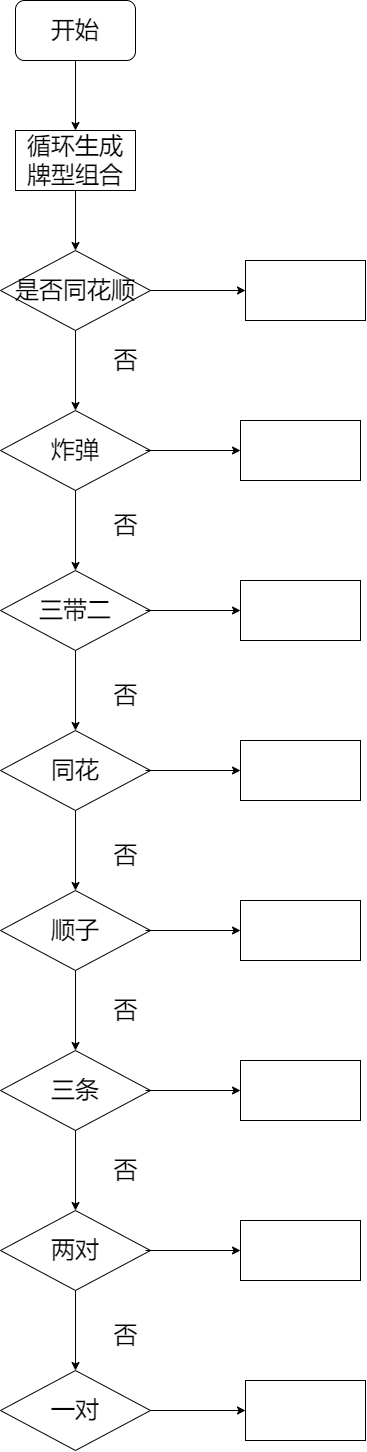
The draw.io diagram Untitled Diagram.drawio.png in whitesweater/first_, before a commit. Source tidied: cells renumbered, new cells last; positions are measured from the earlier drawing's top-left corner, leaving out a move shared by most shapes.
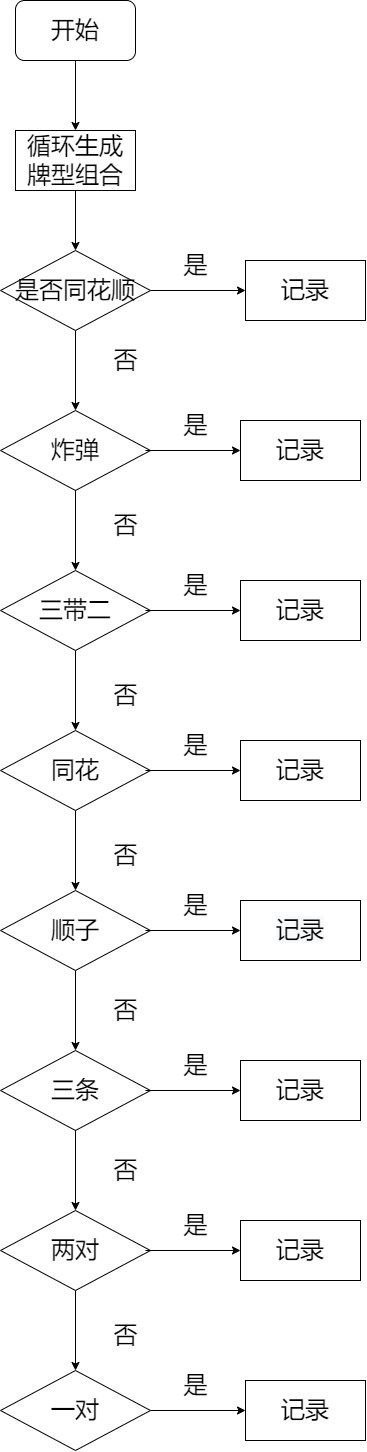
The same diagram one commit later.

What changed in the source:
```diff
@@ -90,7 +90,7 @@
     <mxCell id="29" value="否" style="text;html=1;align=center;verticalAlign=middle;strokeColor=none;fillColor=none;fontSize=24;" parent="1" vertex="1">
       <mxGeometry x="105" y="1320" width="40" height="30" as="geometry" />
     </mxCell>
-    <mxCell id="30" style="whiteSpace=wrap;html=1;fontSize=24;" parent="1" vertex="1">
+    <mxCell id="30" value="记录" style="whiteSpace=wrap;html=1;fontSize=24;" parent="1" vertex="1">
       <mxGeometry x="245" y="260" width="120" height="60" as="geometry" />
     </mxCell>
     <mxCell id="31" style="edgeStyle=orthogonalEdgeStyle;rounded=0;jettySize=auto;html=1;fontSize=24;" parent="1" edge="1" target="32">
@@ -98,7 +98,7 @@
         <mxPoint x="145" y="450" as="sourcePoint" />
       </mxGeometry>
     </mxCell>
-    <mxCell id="32" style="whiteSpace=wrap;html=1;fontSize=24;" parent="1" vertex="1">
+    <mxCell id="32" value="&lt;span&gt;记录&lt;/span&gt;" style="whiteSpace=wrap;html=1;fontSize=24;" parent="1" vertex="1">
       <mxGeometry x="240" y="420" width="120" height="60" as="geometry" />
     </mxCell>
     <mxCell id="33" style="edgeStyle=orthogonalEdgeStyle;rounded=0;jettySize=auto;html=1;fontSize=24;" parent="1" edge="1" target="34">
@@ -106,7 +106,7 @@
         <mxPoint x="145" y="610" as="sourcePoint" />
       </mxGeometry>
     </mxCell>
-    <mxCell id="34" style="whiteSpace=wrap;html=1;fontSize=24;" parent="1" vertex="1">
+    <mxCell id="34" value="&lt;span&gt;记录&lt;/span&gt;" style="whiteSpace=wrap;html=1;fontSize=24;" parent="1" vertex="1">
       <mxGeometry x="240" y="580" width="120" height="60" as="geometry" />
     </mxCell>
     <mxCell id="35" style="edgeStyle=orthogonalEdgeStyle;rounded=0;jettySize=auto;html=1;fontSize=24;" parent="1" edge="1" target="36">
@@ -114,7 +114,7 @@
         <mxPoint x="145" y="770" as="sourcePoint" />
       </mxGeometry>
     </mxCell>
-    <mxCell id="36" style="whiteSpace=wrap;html=1;fontSize=24;" parent="1" vertex="1">
+    <mxCell id="36" value="&lt;span&gt;记录&lt;/span&gt;" style="whiteSpace=wrap;html=1;fontSize=24;" parent="1" vertex="1">
       <mxGeometry x="240" y="740" width="120" height="60" as="geometry" />
     </mxCell>
     <mxCell id="37" style="edgeStyle=orthogonalEdgeStyle;rounded=0;jettySize=auto;html=1;fontSize=24;" parent="1" edge="1" target="38">
@@ -122,7 +122,7 @@
         <mxPoint x="145" y="930" as="sourcePoint" />
       </mxGeometry>
     </mxCell>
-    <mxCell id="38" style="whiteSpace=wrap;html=1;fontSize=24;" parent="1" vertex="1">
+    <mxCell id="38" value="&#10;&#10;&lt;span style=&quot;color: rgb(0, 0, 0); font-family: helvetica; font-size: 24px; font-style: normal; font-weight: 400; letter-spacing: normal; text-align: center; text-indent: 0px; text-transform: none; word-spacing: 0px; background-color: rgb(248, 249, 250); display: inline; float: none;&quot;&gt;记录&lt;/span&gt;&#10;&#10;" style="whiteSpace=wrap;html=1;fontSize=24;" parent="1" vertex="1">
       <mxGeometry x="240" y="900" width="120" height="60" as="geometry" />
     </mxCell>
     <mxCell id="39" style="edgeStyle=orthogonalEdgeStyle;rounded=0;jettySize=auto;html=1;fontSize=24;" parent="1" edge="1" target="40">
@@ -130,7 +130,7 @@
         <mxPoint x="145" y="1090" as="sourcePoint" />
       </mxGeometry>
     </mxCell>
-    <mxCell id="40" style="whiteSpace=wrap;html=1;fontSize=24;" parent="1" vertex="1">
+    <mxCell id="40" value="&lt;span&gt;记录&lt;/span&gt;" style="whiteSpace=wrap;html=1;fontSize=24;" parent="1" vertex="1">
       <mxGeometry x="240" y="1060" width="120" height="60" as="geometry" />
     </mxCell>
     <mxCell id="41" style="edgeStyle=orthogonalEdgeStyle;rounded=0;jettySize=auto;html=1;fontSize=24;" parent="1" edge="1" target="42">
@@ -138,11 +138,35 @@
         <mxPoint x="145" y="1250" as="sourcePoint" />
       </mxGeometry>
     </mxCell>
-    <mxCell id="42" style="whiteSpace=wrap;html=1;fontSize=24;" parent="1" vertex="1">
+    <mxCell id="42" value="&lt;span&gt;记录&lt;/span&gt;" style="whiteSpace=wrap;html=1;fontSize=24;" parent="1" vertex="1">
       <mxGeometry x="240" y="1220" width="120" height="60" as="geometry" />
     </mxCell>
-    <mxCell id="43" style="whiteSpace=wrap;html=1;fontSize=24;" parent="1" vertex="1">
+    <mxCell id="43" value="&lt;span&gt;记录&lt;/span&gt;" style="whiteSpace=wrap;html=1;fontSize=24;" parent="1" vertex="1">
       <mxGeometry x="245" y="1380" width="120" height="60" as="geometry" />
     </mxCell>
+    <mxCell id="44" value="是" style="text;html=1;align=center;verticalAlign=middle;strokeColor=none;fillColor=none;fontSize=24;" parent="1" vertex="1">
+      <mxGeometry x="175" y="250" width="40" height="30" as="geometry" />
+    </mxCell>
+    <mxCell id="45" value="是" style="text;html=1;align=center;verticalAlign=middle;strokeColor=none;fillColor=none;fontSize=24;" parent="1" vertex="1">
+      <mxGeometry x="175" y="410" width="40" height="30" as="geometry" />
+    </mxCell>
+    <mxCell id="46" value="是" style="text;html=1;align=center;verticalAlign=middle;strokeColor=none;fillColor=none;fontSize=24;" parent="1" vertex="1">
+      <mxGeometry x="175" y="570" width="40" height="30" as="geometry" />
+    </mxCell>
+    <mxCell id="47" value="是" style="text;html=1;align=center;verticalAlign=middle;strokeColor=none;fillColor=none;fontSize=24;" parent="1" vertex="1">
+      <mxGeometry x="175" y="730" width="40" height="30" as="geometry" />
+    </mxCell>
+    <mxCell id="48" value="是" style="text;html=1;align=center;verticalAlign=middle;strokeColor=none;fillColor=none;fontSize=24;" parent="1" vertex="1">
+      <mxGeometry x="175" y="890" width="40" height="30" as="geometry" />
+    </mxCell>
+    <mxCell id="49" value="是" style="text;html=1;align=center;verticalAlign=middle;strokeColor=none;fillColor=none;fontSize=24;" parent="1" vertex="1">
+      <mxGeometry x="175" y="1050" width="40" height="30" as="geometry" />
+    </mxCell>
+    <mxCell id="50" value="是" style="text;html=1;align=center;verticalAlign=middle;strokeColor=none;fillColor=none;fontSize=24;" parent="1" vertex="1">
+      <mxGeometry x="175" y="1210" width="40" height="30" as="geometry" />
+    </mxCell>
+    <mxCell id="51" value="是" style="text;html=1;align=center;verticalAlign=middle;strokeColor=none;fillColor=none;fontSize=24;" parent="1" vertex="1">
+      <mxGeometry x="175" y="1370" width="40" height="30" as="geometry" />
+    </mxCell>
   </root>
 </mxGraphModel>
```
